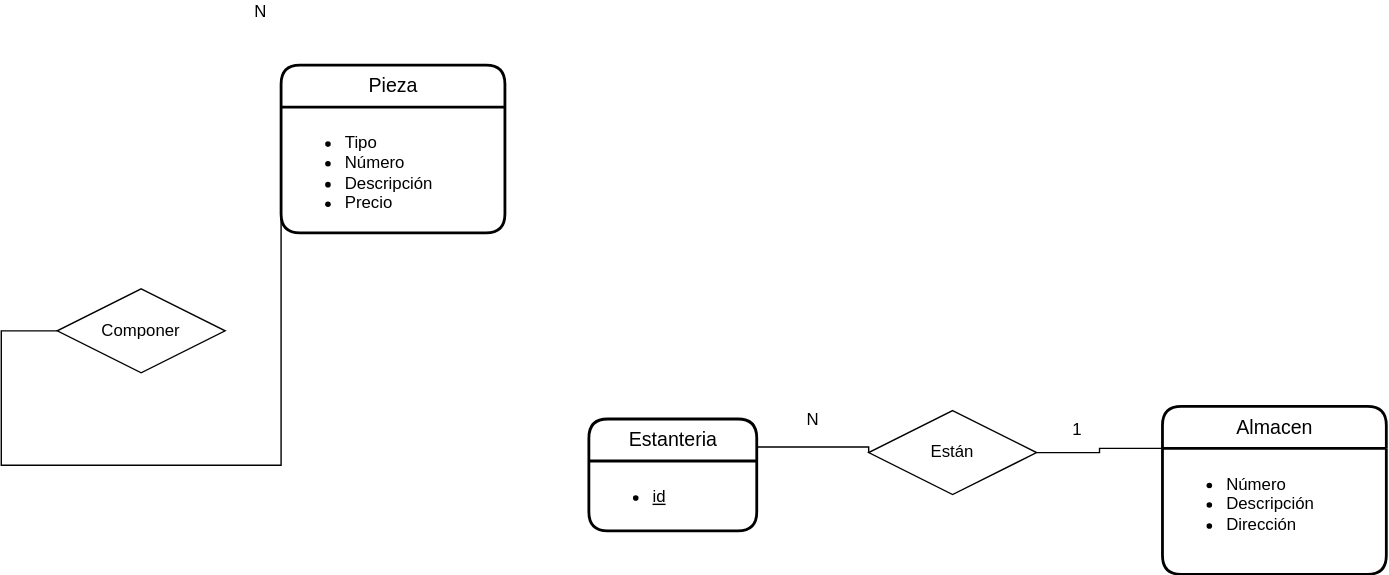
Jimxx22/C3-UD11-UML keeps this draw.io diagram as UD12-5.svg. Above is the earlier version. Source tidied: cells renumbered, new cells last; positions are measured from the earlier drawing's top-left corner, leaving out a move shared by most shapes.
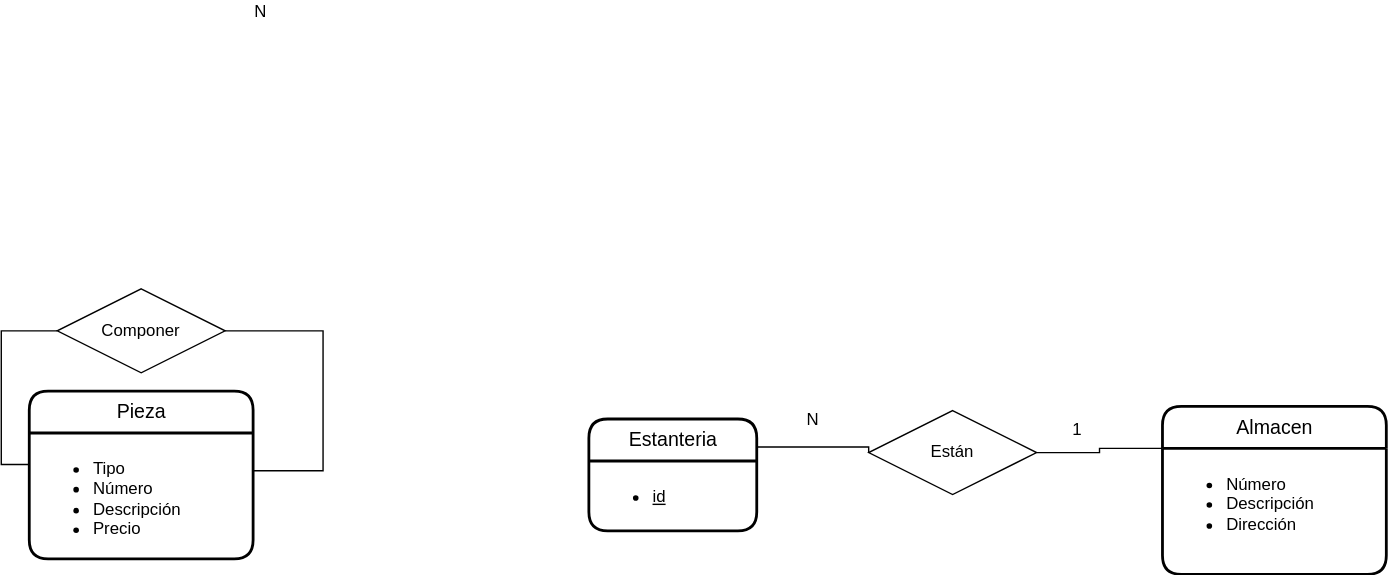
Later version of the same file.

Diff of the diagram source:
```diff
@@ -9,7 +9,7 @@
       <mxGeometry y="30" width="120" height="50" as="geometry" />
     </mxCell>
     <mxCell id="4" value="Pieza" style="swimlane;horizontal=1;startSize=30;rounded=1;fontSize=14;fontStyle=0;strokeWidth=2;shadow=0;dashed=0;align=center;glass=0;fillColor=default;html=1;" parent="1" vertex="1">
-      <mxGeometry x="200" y="30" width="160" height="120" as="geometry" />
+      <mxGeometry x="20" y="263" width="160" height="120" as="geometry" />
     </mxCell>
     <mxCell id="5" value="&lt;ul&gt;&lt;li&gt;Tipo&lt;/li&gt;&lt;li&gt;Número&lt;/li&gt;&lt;li&gt;Descripción&lt;/li&gt;&lt;li&gt;Precio&lt;/li&gt;&lt;/ul&gt;" style="align=left;strokeColor=none;fillColor=none;spacingLeft=4;fontSize=12;verticalAlign=top;rounded=0;glass=0;html=1;" parent="4" vertex="1">
       <mxGeometry y="30" width="160" height="90" as="geometry" />
@@ -63,5 +63,14 @@
     <mxCell id="18" value="N" style="text;strokeColor=none;fillColor=none;spacingLeft=4;spacingRight=4;overflow=hidden;fontSize=12;rounded=0;glass=0;html=1;" parent="1" vertex="1">
       <mxGeometry x="570" y="270" width="40" height="30" as="geometry" />
     </mxCell>
+    <mxCell id="19" style="endArrow=none;html=1;rounded=0;exitX=1;exitY=0.5;exitDx=0;exitDy=0;" parent="1" edge="1" source="10">
+      <mxGeometry relative="1" as="geometry">
+        <mxPoint x="180" y="320" as="targetPoint" />
+        <Array as="points">
+          <mxPoint x="230" y="220" />
+          <mxPoint x="230" y="320" />
+        </Array>
+      </mxGeometry>
+    </mxCell>
   </root>
 </mxGraphModel>
```
